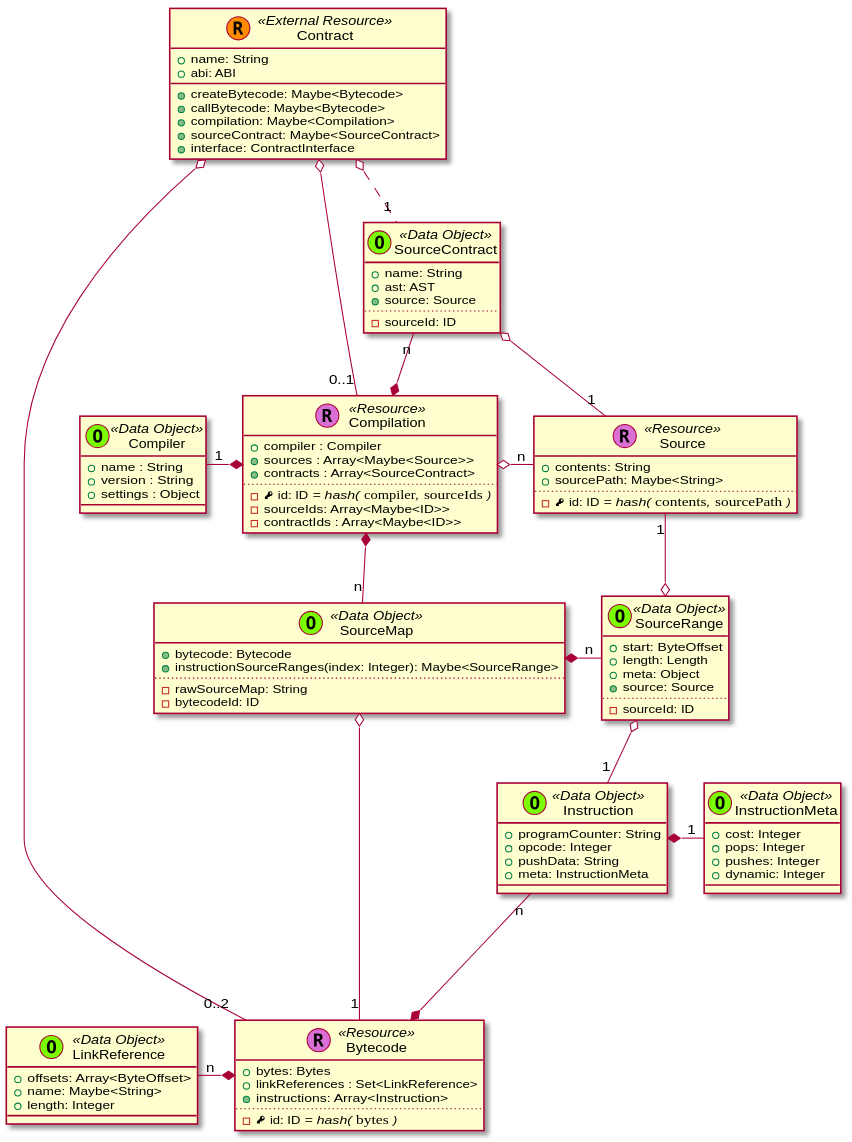
trufflesuite/artifact-updates keeps this PlantUML diagram as _images/plantuml-e9147eb3f2fd48370e6ec239004ba66ea4d7f91a.svg. Above is the earlier version.
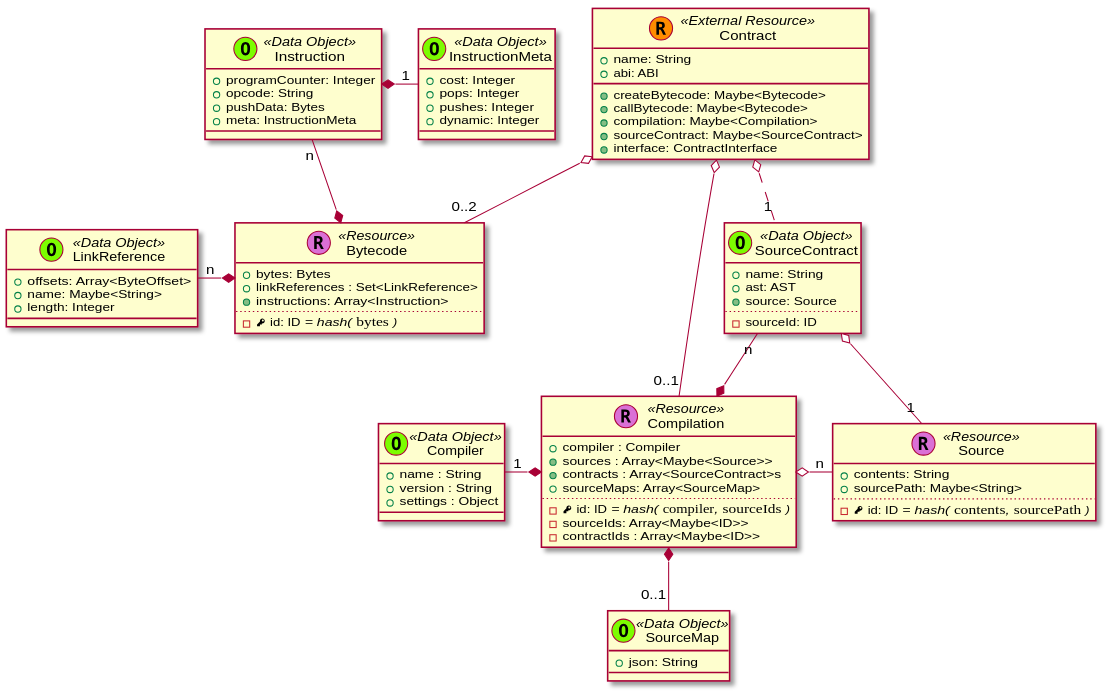
The same diagram one commit later.

The edit, as a diff of the source:
```diff
@@ -33,9 +33,9 @@
     }
 
     class Instruction << (O,lawngreen) Data Object >> {
-      + programCounter: String
-      + opcode: Integer
-      + pushData: String
+      + programCounter: Integer
+      + opcode: String
+      + pushData: Bytes
       + meta: InstructionMeta
     }
 
@@ -62,7 +62,8 @@
     class Compilation << (R,orchid) Resource >> {
       + compiler : Compiler
       + {method} sources : Array<Maybe<Source>>
-      + {method} contracts : Array<SourceContract>
+      + {method} contracts : Array<SourceContract>s
+      + sourceMaps: Array<SourceMap>
       ..
       - {field} <&key> id: ID //= hash(// ""compiler""//,// ""sourceIds"" //)//
       - sourceIds: Array<Maybe<ID>>
@@ -93,23 +94,9 @@
     }
 
     class SourceMap << (O,lawngreen) Data Object >> {
-      + {method} bytecode: Bytecode
-      + instructionSourceRanges(index: Integer): Maybe<SourceRange>
-      ..
-      - rawSourceMap: String
-      - bytecodeId: ID
+      + json: String
     }
 
-    class SourceRange << (O,lawngreen) Data Object >> {
-      + start: ByteOffset
-      + length: Length
-      + meta: Object
-      + {method} source: Source
-      ..
-      - sourceId: ID
-    }
-
-    SourceMap *-right- "n" SourceRange
 
     class SourceContract << (O,lawngreen) Data Object >> {
       + name: String
@@ -151,14 +138,11 @@
   Compilation o-right- "n" Source
 
 
-  Compilation *-- "n" SourceMap
+  Compilation *-- "0..1" SourceMap
 
 
 
-  SourceMap o---- "1" Bytecode
-  SourceRange o-- "1" Instruction
 
-  Source "1" --o SourceRange
 
 
 @enduml
```
